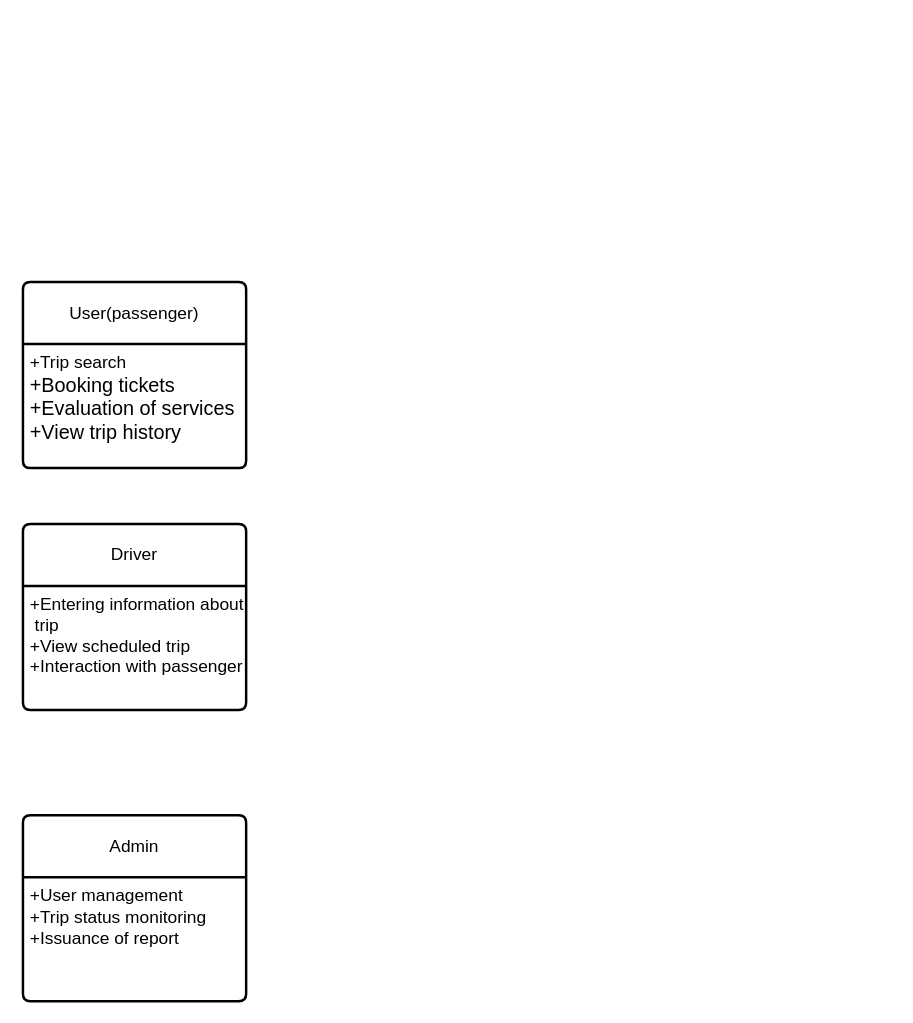
Before: Диаграмма курсовая.drawio in Gorodny/Animation, a draw.io diagram. Source tidied: cells renumbered, new cells numbered last; positions are measured from the earlier drawing's top-left corner, leaving out a move shared by most shapes. Both pictures are drawn from the tidied source at 124%, with x=0, y=0 at pixel (22, 281).
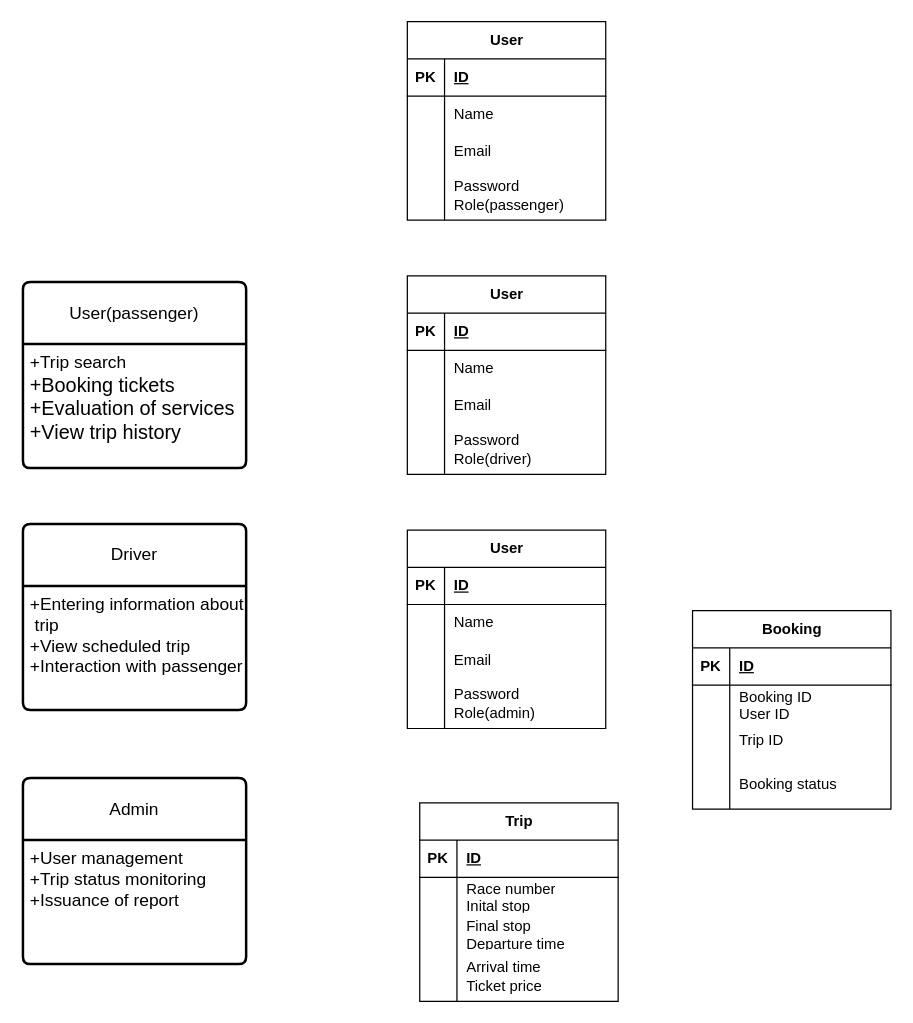
Above is the later version.

The edit, as a diff of the source:
```diff
@@
     <mxCell id="6" value="Admin" style="swimlane;horizontal=1;startSize=50;rounded=1;fontSize=14;fontStyle=0;strokeWidth=2;shadow=0;dashed=0;align=center;arcSize=4;whiteSpace=wrap;html=1;" parent="1" vertex="1">
-      <mxGeometry y="430" width="180" height="150" as="geometry" />
+      <mxGeometry y="400" width="180" height="150" as="geometry" />
     </mxCell>
@@
+    <mxCell id="8" value="User" style="shape=table;startSize=30;childLayout=tableLayout;rowLines=0;fontStyle=1;align=center;html=1;" parent="1" vertex="1">
+      <mxGeometry x="310" y="-210" width="160" height="160" as="geometry" />
+    </mxCell>
+    <mxCell id="9" style="shape=tableRow;horizontal=0;startSize=0;swimlaneHead=0;swimlaneBody=0;fillColor=none;top=0;left=0;right=0;bottom=1;" parent="8" vertex="1">
+      <mxGeometry y="30" width="160" height="30" as="geometry" />
+    </mxCell>
+    <mxCell id="10" value="PK" style="shape=partialRectangle;fillColor=none;top=0;left=0;bottom=0;right=0;fontStyle=1;overflow=hidden;whiteSpace=wrap;html=1;" parent="9" vertex="1">
+      <mxGeometry width="30" height="30" as="geometry" />
+    </mxCell>
+    <mxCell id="11" value="ID" style="shape=partialRectangle;fillColor=none;top=0;left=0;bottom=0;right=0;align=left;spacingLeft=6;fontStyle=5;overflow=hidden;whiteSpace=wrap;html=1;" parent="9" vertex="1">
+      <mxGeometry x="30" width="130" height="30" as="geometry" />
+    </mxCell>
+    <mxCell id="12" style="shape=tableRow;horizontal=0;startSize=0;swimlaneHead=0;swimlaneBody=0;fillColor=none;top=0;left=0;right=0;bottom=0;" parent="8" vertex="1">
+      <mxGeometry y="60" width="160" height="30" as="geometry" />
+    </mxCell>
+    <mxCell id="13" style="shape=partialRectangle;fillColor=none;top=0;left=0;bottom=0;right=0;overflow=hidden;whiteSpace=wrap;html=1;" parent="12" vertex="1">
+      <mxGeometry width="30" height="30" as="geometry" />
+    </mxCell>
+    <mxCell id="14" value="Name" style="shape=partialRectangle;fillColor=none;top=0;left=0;bottom=0;right=0;align=left;spacingLeft=6;overflow=hidden;whiteSpace=wrap;html=1;" parent="12" vertex="1">
+      <mxGeometry x="30" width="130" height="30" as="geometry" />
+    </mxCell>
+    <mxCell id="15" style="shape=tableRow;horizontal=0;startSize=0;swimlaneHead=0;swimlaneBody=0;fillColor=none;top=0;left=0;right=0;bottom=0;" parent="8" vertex="1">
+      <mxGeometry y="90" width="160" height="30" as="geometry" />
+    </mxCell>
+    <mxCell id="16" style="shape=partialRectangle;fillColor=none;top=0;left=0;bottom=0;right=0;overflow=hidden;whiteSpace=wrap;html=1;" parent="15" vertex="1">
+      <mxGeometry width="30" height="30" as="geometry" />
+    </mxCell>
+    <mxCell id="17" value="Email" style="shape=partialRectangle;fillColor=none;top=0;left=0;bottom=0;right=0;align=left;spacingLeft=6;overflow=hidden;whiteSpace=wrap;html=1;" parent="15" vertex="1">
+      <mxGeometry x="30" width="130" height="30" as="geometry" />
+    </mxCell>
+    <mxCell id="18" style="shape=tableRow;horizontal=0;startSize=0;swimlaneHead=0;swimlaneBody=0;fillColor=none;top=0;left=0;right=0;bottom=0;" parent="8" vertex="1">
+      <mxGeometry y="120" width="160" height="40" as="geometry" />
+    </mxCell>
+    <mxCell id="19" style="shape=partialRectangle;fillColor=none;top=0;left=0;bottom=0;right=0;overflow=hidden;whiteSpace=wrap;html=1;" parent="18" vertex="1">
+      <mxGeometry width="30" height="40" as="geometry" />
+    </mxCell>
+    <mxCell id="20" value="Password&lt;div&gt;Role(passenger)&lt;/div&gt;" style="shape=partialRectangle;fillColor=none;top=0;left=0;bottom=0;right=0;align=left;spacingLeft=6;overflow=hidden;whiteSpace=wrap;html=1;" parent="18" vertex="1">
+      <mxGeometry x="30" width="130" height="40" as="geometry" />
+    </mxCell>
+    <mxCell id="21" value="User" style="shape=table;startSize=30;childLayout=tableLayout;rowLines=0;fontStyle=1;align=center;html=1;" parent="1" vertex="1">
+      <mxGeometry x="310" y="-5" width="160" height="160" as="geometry" />
+    </mxCell>
+    <mxCell id="22" style="shape=tableRow;horizontal=0;startSize=0;swimlaneHead=0;swimlaneBody=0;fillColor=none;top=0;left=0;right=0;bottom=1;" parent="21" vertex="1">
+      <mxGeometry y="30" width="160" height="30" as="geometry" />
+    </mxCell>
+    <mxCell id="23" value="PK" style="shape=partialRectangle;fillColor=none;top=0;left=0;bottom=0;right=0;fontStyle=1;overflow=hidden;whiteSpace=wrap;html=1;" parent="22" vertex="1">
+      <mxGeometry width="30" height="30" as="geometry" />
+    </mxCell>
+    <mxCell id="24" value="ID" style="shape=partialRectangle;fillColor=none;top=0;left=0;bottom=0;right=0;align=left;spacingLeft=6;fontStyle=5;overflow=hidden;whiteSpace=wrap;html=1;" parent="22" vertex="1">
+      <mxGeometry x="30" width="130" height="30" as="geometry" />
+    </mxCell>
+    <mxCell id="25" style="shape=tableRow;horizontal=0;startSize=0;swimlaneHead=0;swimlaneBody=0;fillColor=none;top=0;left=0;right=0;bottom=0;" parent="21" vertex="1">
+      <mxGeometry y="60" width="160" height="30" as="geometry" />
+    </mxCell>
+    <mxCell id="26" style="shape=partialRectangle;fillColor=none;top=0;left=0;bottom=0;right=0;overflow=hidden;whiteSpace=wrap;html=1;" parent="25" vertex="1">
+      <mxGeometry width="30" height="30" as="geometry" />
+    </mxCell>
+    <mxCell id="27" value="Name" style="shape=partialRectangle;fillColor=none;top=0;left=0;bottom=0;right=0;align=left;spacingLeft=6;overflow=hidden;whiteSpace=wrap;html=1;" parent="25" vertex="1">
+      <mxGeometry x="30" width="130" height="30" as="geometry" />
+    </mxCell>
+    <mxCell id="28" style="shape=tableRow;horizontal=0;startSize=0;swimlaneHead=0;swimlaneBody=0;fillColor=none;top=0;left=0;right=0;bottom=0;" parent="21" vertex="1">
+      <mxGeometry y="90" width="160" height="30" as="geometry" />
+    </mxCell>
+    <mxCell id="29" style="shape=partialRectangle;fillColor=none;top=0;left=0;bottom=0;right=0;overflow=hidden;whiteSpace=wrap;html=1;" parent="28" vertex="1">
+      <mxGeometry width="30" height="30" as="geometry" />
+    </mxCell>
+    <mxCell id="30" value="Email" style="shape=partialRectangle;fillColor=none;top=0;left=0;bottom=0;right=0;align=left;spacingLeft=6;overflow=hidden;whiteSpace=wrap;html=1;" parent="28" vertex="1">
+      <mxGeometry x="30" width="130" height="30" as="geometry" />
+    </mxCell>
+    <mxCell id="31" style="shape=tableRow;horizontal=0;startSize=0;swimlaneHead=0;swimlaneBody=0;fillColor=none;top=0;left=0;right=0;bottom=0;" parent="21" vertex="1">
+      <mxGeometry y="120" width="160" height="40" as="geometry" />
+    </mxCell>
+    <mxCell id="32" style="shape=partialRectangle;fillColor=none;top=0;left=0;bottom=0;right=0;overflow=hidden;whiteSpace=wrap;html=1;" parent="31" vertex="1">
+      <mxGeometry width="30" height="40" as="geometry" />
+    </mxCell>
+    <mxCell id="33" value="Password&lt;div&gt;Role(driver)&lt;/div&gt;" style="shape=partialRectangle;fillColor=none;top=0;left=0;bottom=0;right=0;align=left;spacingLeft=6;overflow=hidden;whiteSpace=wrap;html=1;" parent="31" vertex="1">
+      <mxGeometry x="30" width="130" height="40" as="geometry" />
+    </mxCell>
+    <mxCell id="34" value="User" style="shape=table;startSize=30;childLayout=tableLayout;rowLines=0;fontStyle=1;align=center;html=1;" parent="1" vertex="1">
+      <mxGeometry x="310" y="200" width="160" height="160" as="geometry" />
+    </mxCell>
+    <mxCell id="35" style="shape=tableRow;horizontal=0;startSize=0;swimlaneHead=0;swimlaneBody=0;fillColor=none;top=0;left=0;right=0;bottom=1;" parent="34" vertex="1">
+      <mxGeometry y="30" width="160" height="30" as="geometry" />
+    </mxCell>
+    <mxCell id="36" value="PK" style="shape=partialRectangle;fillColor=none;top=0;left=0;bottom=0;right=0;fontStyle=1;overflow=hidden;whiteSpace=wrap;html=1;" parent="35" vertex="1">
+      <mxGeometry width="30" height="30" as="geometry" />
+    </mxCell>
+    <mxCell id="37" value="ID" style="shape=partialRectangle;fillColor=none;top=0;left=0;bottom=0;right=0;align=left;spacingLeft=6;fontStyle=5;overflow=hidden;whiteSpace=wrap;html=1;" parent="35" vertex="1">
+      <mxGeometry x="30" width="130" height="30" as="geometry" />
+    </mxCell>
+    <mxCell id="38" style="shape=tableRow;horizontal=0;startSize=0;swimlaneHead=0;swimlaneBody=0;fillColor=none;top=0;left=0;right=0;bottom=0;" parent="34" vertex="1">
+      <mxGeometry y="60" width="160" height="30" as="geometry" />
+    </mxCell>
+    <mxCell id="39" style="shape=partialRectangle;fillColor=none;top=0;left=0;bottom=0;right=0;overflow=hidden;whiteSpace=wrap;html=1;" parent="38" vertex="1">
+      <mxGeometry width="30" height="30" as="geometry" />
+    </mxCell>
+    <mxCell id="40" value="Name" style="shape=partialRectangle;fillColor=none;top=0;left=0;bottom=0;right=0;align=left;spacingLeft=6;overflow=hidden;whiteSpace=wrap;html=1;" parent="38" vertex="1">
+      <mxGeometry x="30" width="130" height="30" as="geometry" />
+    </mxCell>
+    <mxCell id="41" style="shape=tableRow;horizontal=0;startSize=0;swimlaneHead=0;swimlaneBody=0;fillColor=none;top=0;left=0;right=0;bottom=0;" parent="34" vertex="1">
+      <mxGeometry y="90" width="160" height="30" as="geometry" />
+    </mxCell>
+    <mxCell id="42" style="shape=partialRectangle;fillColor=none;top=0;left=0;bottom=0;right=0;overflow=hidden;whiteSpace=wrap;html=1;" parent="41" vertex="1">
+      <mxGeometry width="30" height="30" as="geometry" />
+    </mxCell>
+    <mxCell id="43" value="Email" style="shape=partialRectangle;fillColor=none;top=0;left=0;bottom=0;right=0;align=left;spacingLeft=6;overflow=hidden;whiteSpace=wrap;html=1;" parent="41" vertex="1">
+      <mxGeometry x="30" width="130" height="30" as="geometry" />
+    </mxCell>
+    <mxCell id="44" style="shape=tableRow;horizontal=0;startSize=0;swimlaneHead=0;swimlaneBody=0;fillColor=none;top=0;left=0;right=0;bottom=0;" parent="34" vertex="1">
+      <mxGeometry y="120" width="160" height="40" as="geometry" />
+    </mxCell>
+    <mxCell id="45" style="shape=partialRectangle;fillColor=none;top=0;left=0;bottom=0;right=0;overflow=hidden;whiteSpace=wrap;html=1;" parent="44" vertex="1">
+      <mxGeometry width="30" height="40" as="geometry" />
+    </mxCell>
+    <mxCell id="46" value="Password&lt;div&gt;Role(admin)&lt;/div&gt;" style="shape=partialRectangle;fillColor=none;top=0;left=0;bottom=0;right=0;align=left;spacingLeft=6;overflow=hidden;whiteSpace=wrap;html=1;" parent="44" vertex="1">
+      <mxGeometry x="30" width="130" height="40" as="geometry" />
+    </mxCell>
+    <mxCell id="47" value="Trip" style="shape=table;startSize=30;childLayout=tableLayout;rowLines=0;fontStyle=1;align=center;html=1;" parent="1" vertex="1">
+      <mxGeometry x="320" y="420" width="160" height="160" as="geometry" />
+    </mxCell>
+    <mxCell id="48" style="shape=tableRow;horizontal=0;startSize=0;swimlaneHead=0;swimlaneBody=0;fillColor=none;top=0;left=0;right=0;bottom=1;" parent="47" vertex="1">
+      <mxGeometry y="30" width="160" height="30" as="geometry" />
+    </mxCell>
+    <mxCell id="49" value="PK" style="shape=partialRectangle;fillColor=none;top=0;left=0;bottom=0;right=0;fontStyle=1;overflow=hidden;whiteSpace=wrap;html=1;" parent="48" vertex="1">
+      <mxGeometry width="30" height="30" as="geometry" />
+    </mxCell>
+    <mxCell id="50" value="ID" style="shape=partialRectangle;fillColor=none;top=0;left=0;bottom=0;right=0;align=left;spacingLeft=6;fontStyle=5;overflow=hidden;whiteSpace=wrap;html=1;" parent="48" vertex="1">
+      <mxGeometry x="30" width="130" height="30" as="geometry" />
+    </mxCell>
+    <mxCell id="51" style="shape=tableRow;horizontal=0;startSize=0;swimlaneHead=0;swimlaneBody=0;fillColor=none;top=0;left=0;right=0;bottom=0;" parent="47" vertex="1">
+      <mxGeometry y="60" width="160" height="30" as="geometry" />
+    </mxCell>
+    <mxCell id="52" style="shape=partialRectangle;fillColor=none;top=0;left=0;bottom=0;right=0;overflow=hidden;whiteSpace=wrap;html=1;" parent="51" vertex="1">
+      <mxGeometry width="30" height="30" as="geometry" />
+    </mxCell>
+    <mxCell id="53" value="Race number&lt;div&gt;Inital stop&lt;/div&gt;" style="shape=partialRectangle;fillColor=none;top=0;left=0;bottom=0;right=0;align=left;spacingLeft=6;overflow=hidden;whiteSpace=wrap;html=1;" parent="51" vertex="1">
+      <mxGeometry x="30" width="130" height="30" as="geometry" />
+    </mxCell>
+    <mxCell id="54" style="shape=tableRow;horizontal=0;startSize=0;swimlaneHead=0;swimlaneBody=0;fillColor=none;top=0;left=0;right=0;bottom=0;" parent="47" vertex="1">
+      <mxGeometry y="90" width="160" height="30" as="geometry" />
+    </mxCell>
+    <mxCell id="55" style="shape=partialRectangle;fillColor=none;top=0;left=0;bottom=0;right=0;overflow=hidden;whiteSpace=wrap;html=1;" parent="54" vertex="1">
+      <mxGeometry width="30" height="30" as="geometry" />
+    </mxCell>
+    <mxCell id="56" value="Final stop&lt;div&gt;Departure time&lt;/div&gt;" style="shape=partialRectangle;fillColor=none;top=0;left=0;bottom=0;right=0;align=left;spacingLeft=6;overflow=hidden;whiteSpace=wrap;html=1;" parent="54" vertex="1">
+      <mxGeometry x="30" width="130" height="30" as="geometry" />
+    </mxCell>
+    <mxCell id="57" style="shape=tableRow;horizontal=0;startSize=0;swimlaneHead=0;swimlaneBody=0;fillColor=none;top=0;left=0;right=0;bottom=0;" parent="47" vertex="1">
+      <mxGeometry y="120" width="160" height="40" as="geometry" />
+    </mxCell>
+    <mxCell id="58" style="shape=partialRectangle;fillColor=none;top=0;left=0;bottom=0;right=0;overflow=hidden;whiteSpace=wrap;html=1;" parent="57" vertex="1">
+      <mxGeometry width="30" height="40" as="geometry" />
+    </mxCell>
+    <mxCell id="59" value="Arrival time&amp;nbsp;&lt;div&gt;Ticket price&lt;/div&gt;" style="shape=partialRectangle;fillColor=none;top=0;left=0;bottom=0;right=0;align=left;spacingLeft=6;overflow=hidden;whiteSpace=wrap;html=1;" parent="57" vertex="1">
+      <mxGeometry x="30" width="130" height="40" as="geometry" />
+    </mxCell>
+    <mxCell id="60" value="Booking" style="shape=table;startSize=30;childLayout=tableLayout;rowLines=0;fontStyle=1;align=center;html=1;" parent="1" vertex="1">
+      <mxGeometry x="540" y="265" width="160" height="160" as="geometry" />
+    </mxCell>
+    <mxCell id="61" style="shape=tableRow;horizontal=0;startSize=0;swimlaneHead=0;swimlaneBody=0;fillColor=none;top=0;left=0;right=0;bottom=1;" parent="60" vertex="1">
+      <mxGeometry y="30" width="160" height="30" as="geometry" />
+    </mxCell>
+    <mxCell id="62" value="PK" style="shape=partialRectangle;fillColor=none;top=0;left=0;bottom=0;right=0;fontStyle=1;overflow=hidden;whiteSpace=wrap;html=1;" parent="61" vertex="1">
+      <mxGeometry width="30" height="30" as="geometry" />
+    </mxCell>
+    <mxCell id="63" value="ID" style="shape=partialRectangle;fillColor=none;top=0;left=0;bottom=0;right=0;align=left;spacingLeft=6;fontStyle=5;overflow=hidden;whiteSpace=wrap;html=1;" parent="61" vertex="1">
+      <mxGeometry x="30" width="130" height="30" as="geometry" />
+    </mxCell>
+    <mxCell id="64" style="shape=tableRow;horizontal=0;startSize=0;swimlaneHead=0;swimlaneBody=0;fillColor=none;top=0;left=0;right=0;bottom=0;" parent="60" vertex="1">
+      <mxGeometry y="60" width="160" height="30" as="geometry" />
+    </mxCell>
+    <mxCell id="65" style="shape=partialRectangle;fillColor=none;top=0;left=0;bottom=0;right=0;overflow=hidden;whiteSpace=wrap;html=1;" parent="64" vertex="1">
+      <mxGeometry width="30" height="30" as="geometry" />
+    </mxCell>
+    <mxCell id="66" value="Booking ID&lt;div&gt;User ID&lt;/div&gt;" style="shape=partialRectangle;fillColor=none;top=0;left=0;bottom=0;right=0;align=left;spacingLeft=6;overflow=hidden;whiteSpace=wrap;html=1;" parent="64" vertex="1">
+      <mxGeometry x="30" width="130" height="30" as="geometry" />
+    </mxCell>
+    <mxCell id="67" style="shape=tableRow;horizontal=0;startSize=0;swimlaneHead=0;swimlaneBody=0;fillColor=none;top=0;left=0;right=0;bottom=0;" parent="60" vertex="1">
+      <mxGeometry y="90" width="160" height="30" as="geometry" />
+    </mxCell>
+    <mxCell id="68" style="shape=partialRectangle;fillColor=none;top=0;left=0;bottom=0;right=0;overflow=hidden;whiteSpace=wrap;html=1;" parent="67" vertex="1">
+      <mxGeometry width="30" height="30" as="geometry" />
+    </mxCell>
+    <mxCell id="69" value="Trip ID" style="shape=partialRectangle;fillColor=none;top=0;left=0;bottom=0;right=0;align=left;spacingLeft=6;overflow=hidden;whiteSpace=wrap;html=1;" parent="67" vertex="1">
+      <mxGeometry x="30" width="130" height="30" as="geometry" />
+    </mxCell>
+    <mxCell id="70" style="shape=tableRow;horizontal=0;startSize=0;swimlaneHead=0;swimlaneBody=0;fillColor=none;top=0;left=0;right=0;bottom=0;" parent="60" vertex="1">
+      <mxGeometry y="120" width="160" height="40" as="geometry" />
+    </mxCell>
+    <mxCell id="71" style="shape=partialRectangle;fillColor=none;top=0;left=0;bottom=0;right=0;overflow=hidden;whiteSpace=wrap;html=1;" parent="70" vertex="1">
+      <mxGeometry width="30" height="40" as="geometry" />
+    </mxCell>
+    <mxCell id="72" value="Booking status" style="shape=partialRectangle;fillColor=none;top=0;left=0;bottom=0;right=0;align=left;spacingLeft=6;overflow=hidden;whiteSpace=wrap;html=1;" parent="70" vertex="1">
+      <mxGeometry x="30" width="130" height="40" as="geometry" />
+    </mxCell>
```
